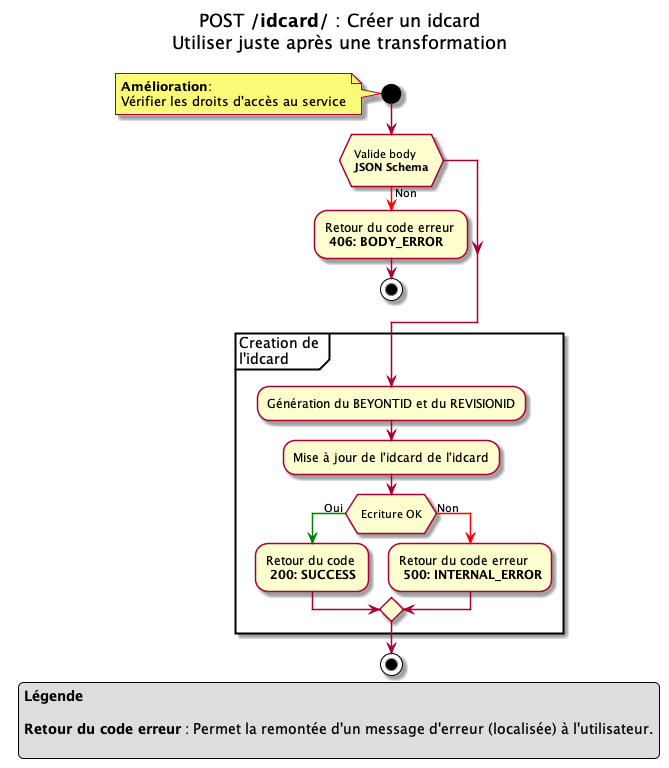
This is 01.byd-DataFactory/1.ArchitectureDossier/images/idcard_create_transfo.png from cogirep/documentation, a PlantUML export, as it was before one commit.
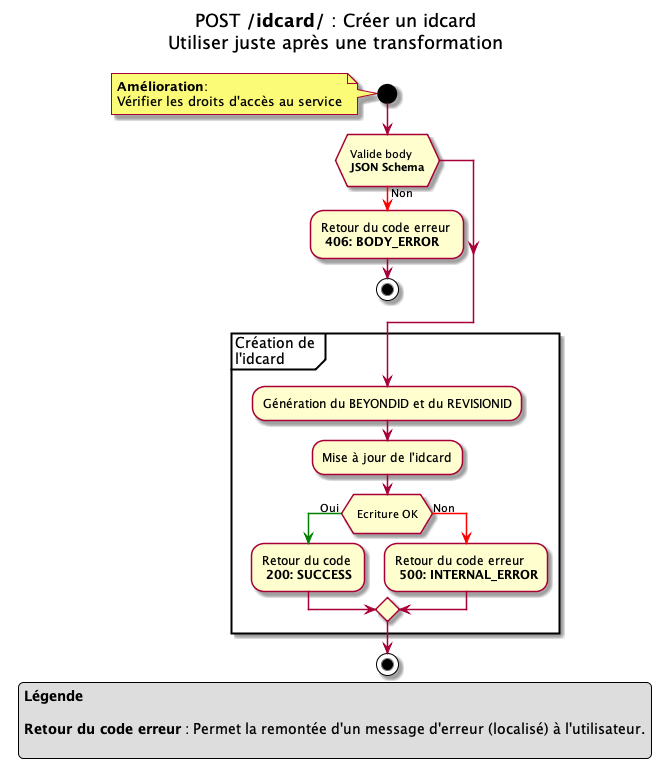
Later version of the same file.

Change to the diagram source:
```diff
@@ -18,9 +18,9 @@
 endif
 
 
-partition "Creation de \nl'idcard" {
-    -Génération du BEYONTID et du REVISIONID
-    -Mise à jour de l'idcard de l'idcard
+partition "Création de \nl'idcard" {
+    -Génération du BEYONDID et du REVISIONID
+    -Mise à jour de l'idcard
     if ( \n Ecriture OK \n )
         -[#green]-> Oui ;
         -Retour du code \n **200: SUCCESS**
@@ -34,7 +34,7 @@
 legend
 **Légende**
 
-**Retour du code erreur** : Permet la remontée d'un message d'erreur (localisée) à l'utilisateur.
+**Retour du code erreur** : Permet la remontée d'un message d'erreur (localisé) à l'utilisateur.
 
 endlegend
 
```
